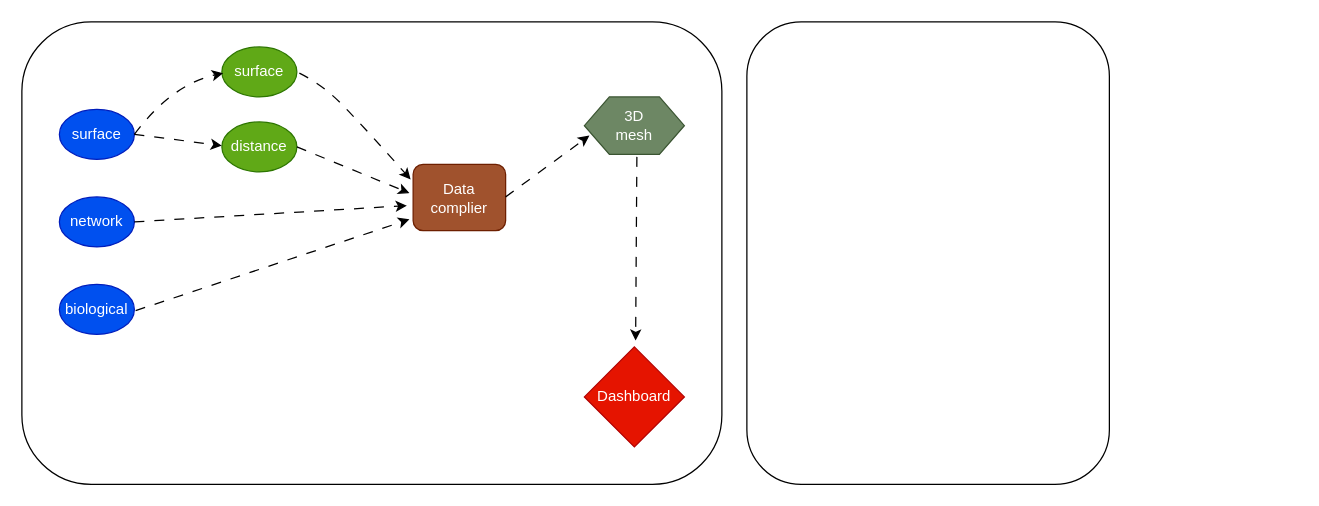
Before: docs/imgs/workflow.drawio in h4rrye/genBrowser, a draw.io diagram. Source tidied: cells renumbered, new cells numbered last; positions are measured from the earlier drawing's top-left corner, leaving out a move shared by most shapes. Both pictures are drawn from the tidied source at 125%, with x=0, y=0 at pixel (21, 21).
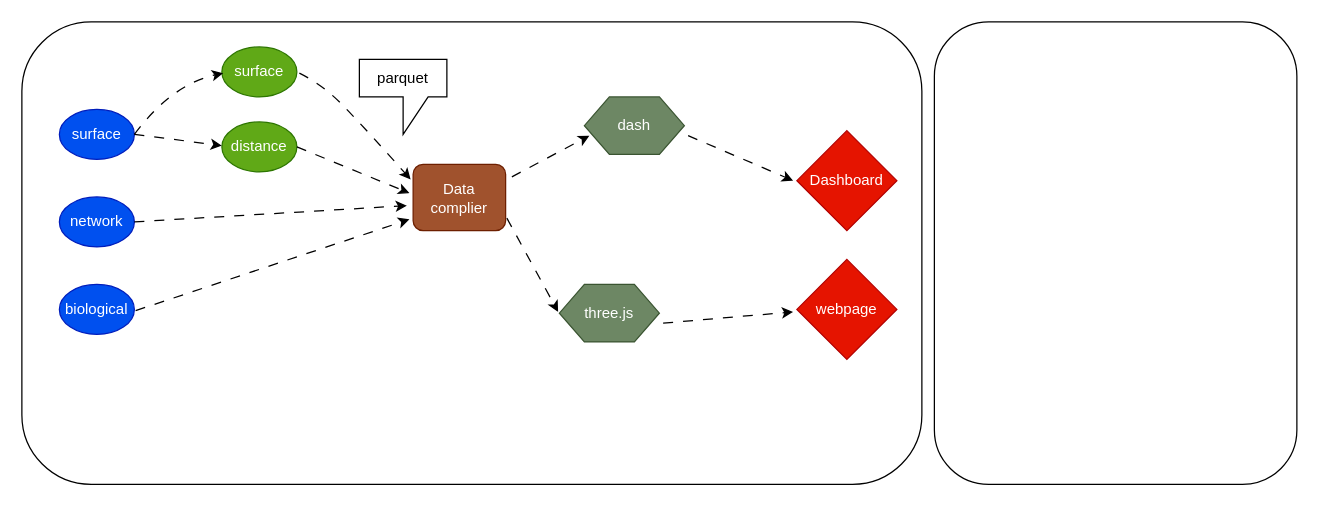
Above is the later version.

Diff of the diagram source:
```diff
@@
     <mxCell id="2" style="rounded=1;whiteSpace=wrap;html=1;" parent="1" vertex="1">
-      <mxGeometry width="560" height="370" as="geometry" />
+      <mxGeometry width="720" height="370" as="geometry" />
     </mxCell>
@@
-    <mxCell id="15" value="3D&lt;div&gt;mesh&lt;/div&gt;" style="shape=hexagon;perimeter=hexagonPerimeter2;whiteSpace=wrap;html=1;fixedSize=1;fillColor=#6d8764;fontColor=#ffffff;strokeColor=#3A5431;" parent="1" vertex="1">
+    <mxCell id="15" value="dash" style="shape=hexagon;perimeter=hexagonPerimeter2;whiteSpace=wrap;html=1;fixedSize=1;fillColor=#6d8764;fontColor=#ffffff;strokeColor=#3A5431;" parent="1" vertex="1">
       <mxGeometry x="450" y="60" width="80" height="46" as="geometry" />
     </mxCell>
     <mxCell id="16" style="endArrow=classic;html=1;rounded=0;dashed=1;dashPattern=8 8;" parent="1" edge="1">
       <mxGeometry relative="1" as="geometry">
-        <mxPoint x="387" y="140" as="sourcePoint" />
+        <mxPoint x="392" y="124" as="sourcePoint" />
         <mxPoint x="454" y="91" as="targetPoint" />
       </mxGeometry>
     </mxCell>
     <mxCell id="17" style="endArrow=classic;html=1;rounded=0;dashed=1;dashPattern=8 8;" parent="1" edge="1">
       <mxGeometry relative="1" as="geometry">
-        <mxPoint x="492" y="108" as="sourcePoint" />
-        <mxPoint x="491" y="255" as="targetPoint" />
+        <mxPoint x="533" y="91" as="sourcePoint" />
+        <mxPoint x="617" y="127" as="targetPoint" />
       </mxGeometry>
     </mxCell>
     <mxCell id="18" value="Dashboard" style="rhombus;whiteSpace=wrap;html=1;fillColor=#e51400;fontColor=#ffffff;strokeColor=#B20000;" parent="1" vertex="1">
-      <mxGeometry x="450" y="260" width="80" height="80" as="geometry" />
+      <mxGeometry x="620" y="87" width="80" height="80" as="geometry" />
     </mxCell>
     <mxCell id="19" style="rounded=1;whiteSpace=wrap;html=1;" parent="1" vertex="1">
-      <mxGeometry x="580" width="290" height="370" as="geometry" />
+      <mxGeometry x="730" width="290" height="370" as="geometry" />
     </mxCell>
+    <mxCell id="20" value="three.js" style="shape=hexagon;perimeter=hexagonPerimeter2;whiteSpace=wrap;html=1;fixedSize=1;fillColor=#6d8764;fontColor=#ffffff;strokeColor=#3A5431;" parent="1" vertex="1">
+      <mxGeometry x="430" y="210" width="80" height="46" as="geometry" />
+    </mxCell>
+    <mxCell id="21" style="endArrow=classic;html=1;rounded=0;dashed=1;dashPattern=8 8;" parent="1" edge="1">
+      <mxGeometry relative="1" as="geometry">
+        <mxPoint x="513" y="241" as="sourcePoint" />
+        <mxPoint x="617" y="232" as="targetPoint" />
+      </mxGeometry>
+    </mxCell>
+    <mxCell id="22" value="webpage" style="rhombus;whiteSpace=wrap;html=1;fillColor=#e51400;fontColor=#ffffff;strokeColor=#B20000;" parent="1" vertex="1">
+      <mxGeometry x="620" y="190" width="80" height="80" as="geometry" />
+    </mxCell>
+    <mxCell id="23" style="endArrow=classic;html=1;rounded=0;dashed=1;dashPattern=8 8;" parent="1" edge="1">
+      <mxGeometry relative="1" as="geometry">
+        <mxPoint x="388" y="157" as="sourcePoint" />
+        <mxPoint x="429" y="232" as="targetPoint" />
+      </mxGeometry>
+    </mxCell>
+    <mxCell id="24" value="parquet" style="shape=callout;whiteSpace=wrap;html=1;perimeter=calloutPerimeter;" parent="1" vertex="1">
+      <mxGeometry x="270" y="30" width="70" height="60" as="geometry" />
+    </mxCell>
```
